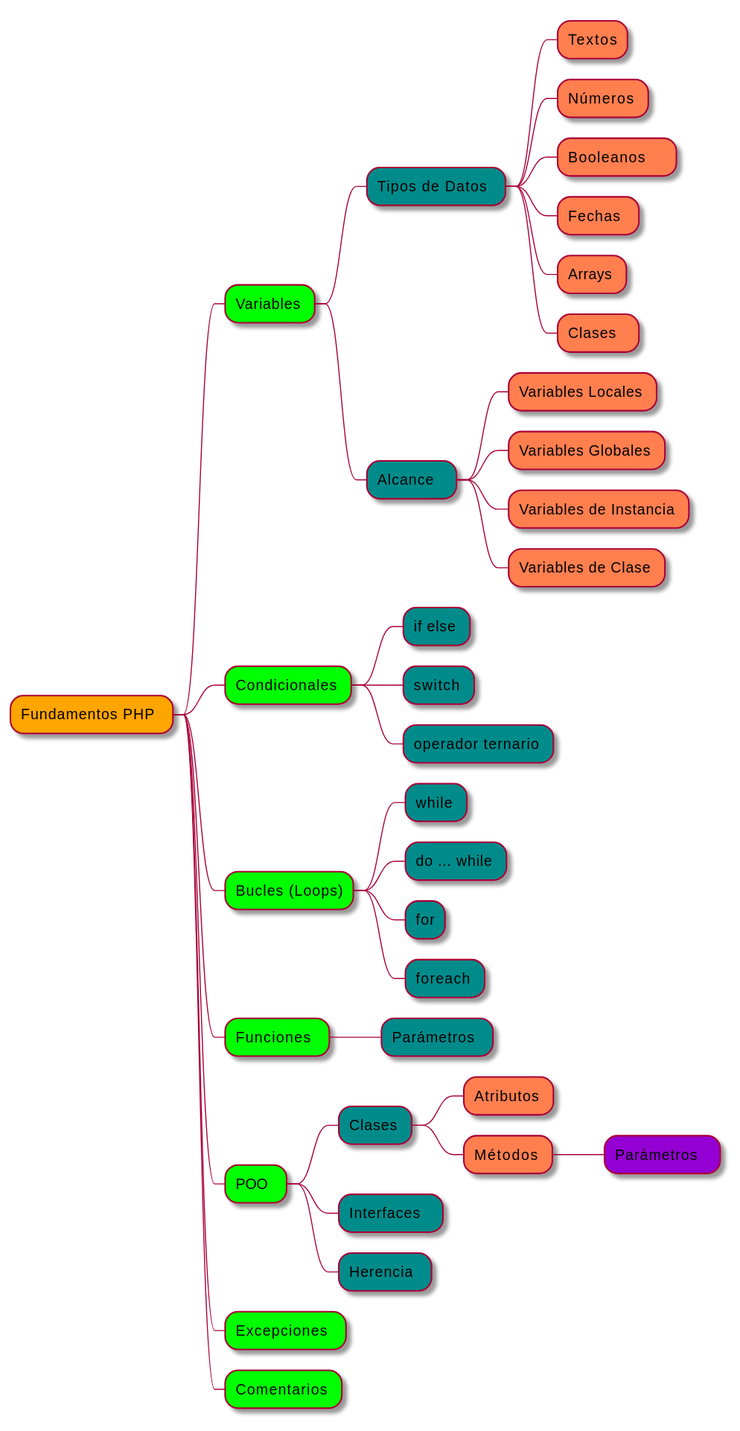
stgoneira/wordpress keeps this PlantUML diagram as images/mindmaps/php-esencial.svg. Above is the earlier version. The source it was exported from:
```plantuml
@startmindmap
*[#Orange] Fundamentos PHP
**[#Lime] Variables
***[#DarkCyan] Tipos de Datos
****[#Coral] Textos
****[#Coral] Números
****[#Coral] Booleanos
****[#Coral] Fechas
****[#Coral] Arrays
****[#Coral] Clases
***[#DarkCyan] Alcance
****[#Coral] Variables Locales
****[#Coral] Variables Globales
****[#Coral] Variables de Instancia
****[#Coral] Variables de Clase
**[#Lime] Condicionales
***[#DarkCyan] if else
***[#DarkCyan] switch
***[#DarkCyan] operador ternario
**[#Lime] Bucles (Loops)
***[#DarkCyan] while
***[#DarkCyan] do ... while
***[#DarkCyan] for
***[#DarkCyan] foreach
**[#Lime] Funciones
***[#DarkCyan] Parámetros
**[#Lime] POO
***[#DarkCyan] Clases
****[#Coral] Atributos
****[#Coral] Métodos
*****[#DarkViolet] Parámetros
***[#DarkCyan] Interfaces
***[#DarkCyan] Herencia
**[#Lime] Excepciones
**[#Lime] Comentarios
@endmindmap
```
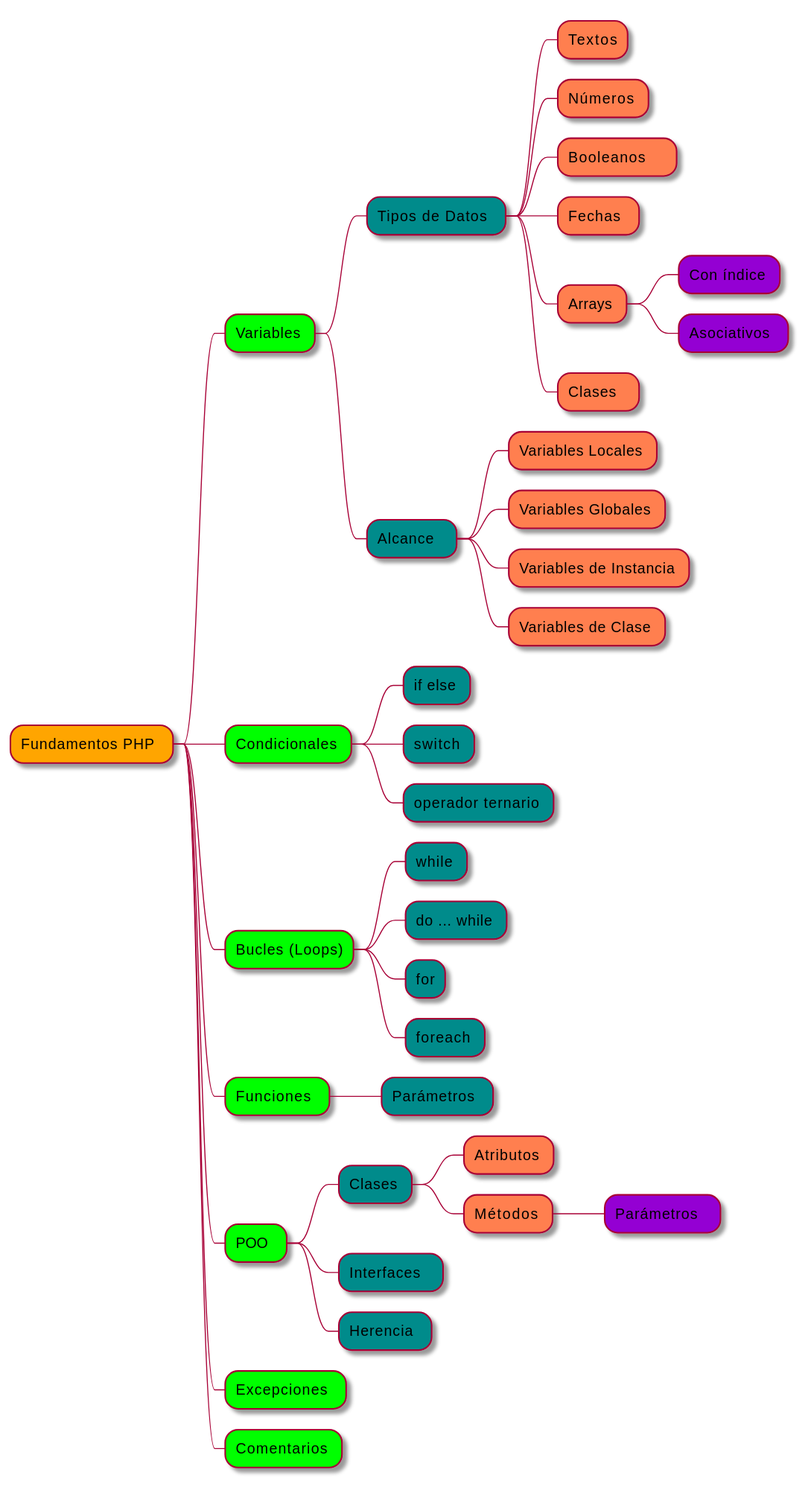
After the commit.

Diff of the diagram source:
```diff
@@ -7,6 +7,8 @@
 ****[#Coral] Booleanos
 ****[#Coral] Fechas
 ****[#Coral] Arrays
+*****[#DarkViolet] Con índice
+*****[#DarkViolet] Asociativos
 ****[#Coral] Clases
 ***[#DarkCyan] Alcance
 ****[#Coral] Variables Locales
```
